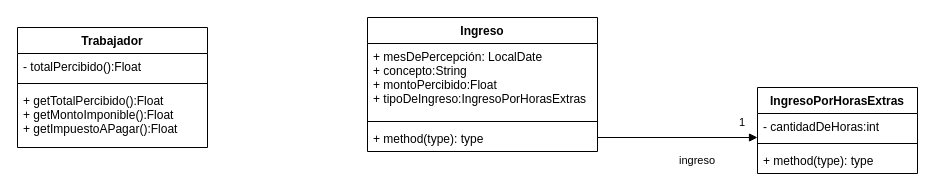
This is unq-po2-tp04-ejercicio3.drawio from nhubczyk/Diagramas-UML, a draw.io file, before an edit. Source tidied: cells renumbered, new cells numbered last; positions are measured from the earlier drawing's top-left corner, leaving out a move shared by most shapes. Both pictures are drawn from the tidied source at 100%, with x=0, y=0 at pixel (17, 17).
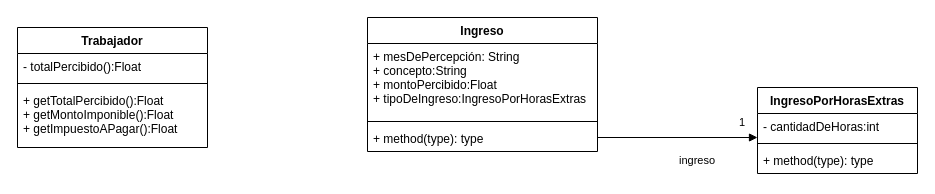
After the change.

The edit, as a diff of the source:
```diff
@@
 <mxGraphModel>
   <root>
     <mxCell id="0" />
     <mxCell id="1" parent="0" />
     <mxCell id="2" value="Ingreso" style="swimlane;fontStyle=1;align=center;verticalAlign=top;horizontal=1;startSize=26;" parent="1" vertex="1">
       <mxGeometry x="350" width="230" height="134" as="geometry" />
     </mxCell>
-    <mxCell id="3" value="+ mesDePercepción: LocalDate&#10;+ concepto:String&#10;+ montoPercibido:Float&#10;+ tipoDeIngreso:IngresoPorHorasExtras" style="text;strokeColor=none;fillColor=none;align=left;verticalAlign=top;spacingLeft=4;spacingRight=4;overflow=hidden;" parent="2" vertex="1">
+    <mxCell id="3" value="+ mesDePercepción: String&#10;+ concepto:String&#10;+ montoPercibido:Float&#10;+ tipoDeIngreso:IngresoPorHorasExtras" style="text;strokeColor=none;fillColor=none;align=left;verticalAlign=top;spacingLeft=4;spacingRight=4;overflow=hidden;" parent="2" vertex="1">
       <mxGeometry y="26" width="230" height="74" as="geometry" />
     </mxCell>
     <mxCell id="4" style="line;strokeWidth=1;fillColor=none;align=left;verticalAlign=middle;spacingTop=-1;spacingLeft=3;spacingRight=3;labelPosition=right;strokeColor=inherit;" parent="2" vertex="1">
       <mxGeometry y="100" width="230" height="8" as="geometry" />
     </mxCell>
     <mxCell id="5" value="+ method(type): type" style="text;strokeColor=none;fillColor=none;align=left;verticalAlign=top;spacingLeft=4;spacingRight=4;overflow=hidden;" parent="2" vertex="1">
       <mxGeometry y="108" width="230" height="26" as="geometry" />
     </mxCell>
     <mxCell id="6" value="IngresoPorHorasExtras" style="swimlane;fontStyle=1;align=center;verticalAlign=top;horizontal=1;startSize=26;" parent="1" vertex="1">
       <mxGeometry x="740" y="70" width="160" height="86" as="geometry" />
     </mxCell>
     <mxCell id="7" value="- cantidadDeHoras:int" style="text;strokeColor=none;fillColor=none;align=left;verticalAlign=top;spacingLeft=4;spacingRight=4;overflow=hidden;" parent="6" vertex="1">
       <mxGeometry y="26" width="160" height="26" as="geometry" />
     </mxCell>
     <mxCell id="8" style="line;strokeWidth=1;fillColor=none;align=left;verticalAlign=middle;spacingTop=-1;spacingLeft=3;spacingRight=3;labelPosition=right;strokeColor=inherit;" parent="6" vertex="1">
       <mxGeometry y="52" width="160" height="8" as="geometry" />
     </mxCell>
     <mxCell id="9" value="+ method(type): type" style="text;strokeColor=none;fillColor=none;align=left;verticalAlign=top;spacingLeft=4;spacingRight=4;overflow=hidden;" parent="6" vertex="1">
       <mxGeometry y="60" width="160" height="26" as="geometry" />
     </mxCell>
     <mxCell id="10" value="ingreso" style="endArrow=block;endFill=1;html=1;edgeStyle=orthogonalEdgeStyle;align=left;verticalAlign=top;rounded=0;" parent="1" edge="1">
       <mxGeometry y="-10" relative="1" as="geometry">
         <mxPoint x="580" y="120" as="sourcePoint" />
         <mxPoint x="740" y="120" as="targetPoint" />
       </mxGeometry>
     </mxCell>
     <mxCell id="11" value="1" style="edgeLabel;html=1;align=left;verticalAlign=bottom;" parent="10" vertex="1">
       <mxGeometry x="-1" relative="1" as="geometry">
         <mxPoint x="140" y="-7" as="offset" />
       </mxGeometry>
     </mxCell>
     <mxCell id="12" value="Trabajador&#10;" style="swimlane;fontStyle=1;align=center;verticalAlign=top;horizontal=1;startSize=26;" parent="1" vertex="1">
       <mxGeometry y="10" width="190" height="120" as="geometry" />
     </mxCell>
     <mxCell id="13" value="- totalPercibido():Float&#10;" style="text;strokeColor=none;fillColor=none;align=left;verticalAlign=top;spacingLeft=4;spacingRight=4;overflow=hidden;" parent="12" vertex="1">
       <mxGeometry y="26" width="190" height="26" as="geometry" />
     </mxCell>
     <mxCell id="14" style="line;strokeWidth=1;fillColor=none;align=left;verticalAlign=middle;spacingTop=-1;spacingLeft=3;spacingRight=3;labelPosition=right;strokeColor=inherit;" parent="12" vertex="1">
       <mxGeometry y="52" width="190" height="8" as="geometry" />
     </mxCell>
     <mxCell id="15" value="+ getTotalPercibido():Float&#10;+ getMontoImponible():Float&#10;+ getImpuestoAPagar():Float" style="text;strokeColor=none;fillColor=none;align=left;verticalAlign=top;spacingLeft=4;spacingRight=4;overflow=hidden;" parent="12" vertex="1">
       <mxGeometry y="60" width="190" height="60" as="geometry" />
     </mxCell>
   </root>
 </mxGraphModel>
```
